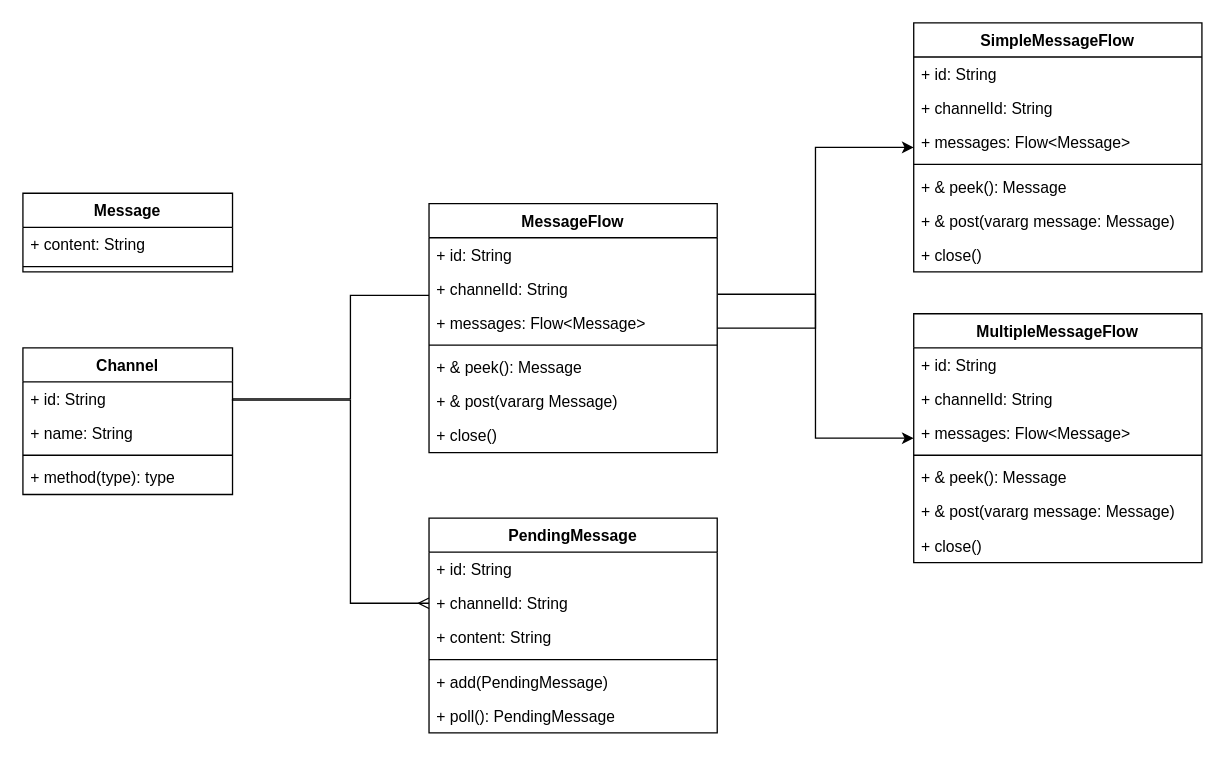
Above: page "Domain Model" (1 of 2) of docs/Model.drawio in vinicreis/pub-sub-kotlin (draw.io), before the change. Source tidied: cells renumbered, new cells numbered last; positions are measured from the earlier drawing's top-left corner, leaving out a move shared by most shapes. Both pictures are drawn from the tidied source at 131%, with x=0, y=0 at pixel (22, 22).
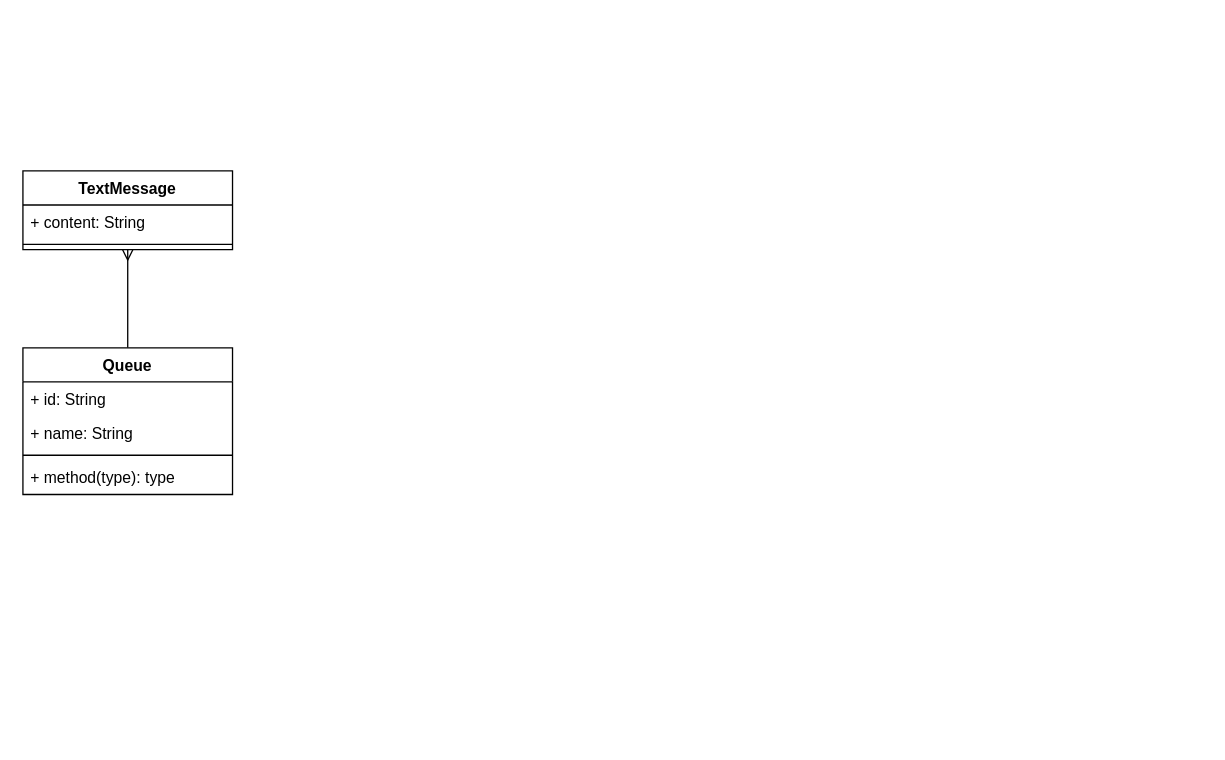
Above is the later version.

The change refers to these unchanged cells:
```xml
<mxCell id="3" value="+ id: String" style="text;strokeColor=none;fillColor=none;align=left;verticalAlign=top;spacingLeft=4;spacingRight=4;overflow=hidden;points=[[0,0.5],[1,0.5]];portConstraint=eastwest;whiteSpace=wrap;html=1;" parent="2" vertex="1">
  <mxGeometry y="26" width="160" height="26" as="geometry" />
</mxCell>
```

What changed in the source:
```diff
@@
+    <mxCell id="45" style="edgeStyle=orthogonalEdgeStyle;rounded=0;jettySize=auto;html=1;entryX=0.5;entryY=1;entryDx=0;entryDy=0;endArrow=ERmany;endFill=0;" parent="1" edge="1" source="2" target="42">
+      <mxGeometry relative="1" as="geometry" />
+    </mxCell>
-    <mxCell id="2" value="Channel" style="swimlane;fontStyle=1;align=center;verticalAlign=top;horizontal=1;startSize=26;whiteSpace=wrap;html=1;" parent="1" vertex="1">
+    <mxCell id="2" value="Queue" style="swimlane;fontStyle=1;align=center;verticalAlign=top;horizontal=1;startSize=26;whiteSpace=wrap;html=1;" parent="1" vertex="1">
       <mxGeometry y="248" width="160" height="112" as="geometry" />
     </mxCell>
@@
-    <mxCell id="7" value="PendingMessage" style="swimlane;fontStyle=1;align=center;verticalAlign=top;horizontal=1;startSize=26;whiteSpace=wrap;html=1;" parent="1" vertex="1">
-      <mxGeometry x="310" y="378" width="220" height="164" as="geometry" />
-    </mxCell>
-    <mxCell id="8" value="+ id: String" style="text;strokeColor=none;fillColor=none;align=left;verticalAlign=top;spacingLeft=4;spacingRight=4;overflow=hidden;whiteSpace=wrap;html=1;" parent="7" vertex="1">
-      <mxGeometry y="26" width="220" height="26" as="geometry" />
-    </mxCell>
-    <mxCell id="9" value="+ channelId: String" style="text;strokeColor=none;fillColor=none;align=left;verticalAlign=top;spacingLeft=4;spacingRight=4;overflow=hidden;points=[[0,0.5],[1,0.5]];portConstraint=eastwest;whiteSpace=wrap;html=1;" parent="7" vertex="1">
-      <mxGeometry y="52" width="220" height="26" as="geometry" />
-    </mxCell>
-    <mxCell id="10" value="+ content: String" style="text;strokeColor=none;fillColor=none;align=left;verticalAlign=top;spacingLeft=4;spacingRight=4;overflow=hidden;whiteSpace=wrap;html=1;" parent="7" vertex="1">
-      <mxGeometry y="78" width="220" height="26" as="geometry" />
-    </mxCell>
-    <mxCell id="11" style="line;strokeWidth=1;fillColor=none;align=left;verticalAlign=middle;spacingTop=-1;spacingLeft=3;spacingRight=3;labelPosition=right;strokeColor=inherit;" parent="7" vertex="1">
-      <mxGeometry y="104" width="220" height="8" as="geometry" />
-    </mxCell>
-    <mxCell id="12" value="+ add(PendingMessage)" style="text;strokeColor=none;fillColor=none;align=left;verticalAlign=top;spacingLeft=4;spacingRight=4;overflow=hidden;whiteSpace=wrap;html=1;" parent="7" vertex="1">
-      <mxGeometry y="112" width="220" height="26" as="geometry" />
-    </mxCell>
-    <mxCell id="13" value="+ poll(): PendingMessage" style="text;strokeColor=none;fillColor=none;align=left;verticalAlign=top;spacingLeft=4;spacingRight=4;overflow=hidden;whiteSpace=wrap;html=1;" parent="7" vertex="1">
-      <mxGeometry y="138" width="220" height="26" as="geometry" />
-    </mxCell>
-    <mxCell id="14" style="edgeStyle=orthogonalEdgeStyle;rounded=0;jettySize=auto;html=1;exitX=1;exitY=0.5;exitDx=0;exitDy=0;entryX=0;entryY=0.5;entryDx=0;entryDy=0;" parent="1" edge="1" source="15" target="25">
-      <mxGeometry relative="1" as="geometry" />
-    </mxCell>
-    <mxCell id="15" value="MessageFlow" style="swimlane;fontStyle=1;align=center;verticalAlign=top;horizontal=1;startSize=26;whiteSpace=wrap;html=1;" parent="1" vertex="1">
-      <mxGeometry x="310" y="138" width="220" height="190" as="geometry" />
-    </mxCell>
-    <mxCell id="16" value="+ id: String" style="text;strokeColor=none;fillColor=none;align=left;verticalAlign=top;spacingLeft=4;spacingRight=4;overflow=hidden;whiteSpace=wrap;html=1;" parent="15" vertex="1">
-      <mxGeometry y="26" width="220" height="26" as="geometry" />
-    </mxCell>
-    <mxCell id="17" value="+ channelId: String" style="text;strokeColor=none;fillColor=none;align=left;verticalAlign=top;spacingLeft=4;spacingRight=4;overflow=hidden;points=[[0,0.5],[1,0.5]];portConstraint=eastwest;whiteSpace=wrap;html=1;" parent="15" vertex="1">
-      <mxGeometry y="52" width="220" height="26" as="geometry" />
-    </mxCell>
-    <mxCell id="18" value="+ messages: Flow&amp;lt;Message&amp;gt;" style="text;strokeColor=none;fillColor=none;align=left;verticalAlign=top;spacingLeft=4;spacingRight=4;overflow=hidden;whiteSpace=wrap;html=1;" parent="15" vertex="1">
-      <mxGeometry y="78" width="220" height="26" as="geometry" />
-    </mxCell>
-    <mxCell id="19" style="line;strokeWidth=1;fillColor=none;align=left;verticalAlign=middle;spacingTop=-1;spacingLeft=3;spacingRight=3;labelPosition=right;strokeColor=inherit;" parent="15" vertex="1">
-      <mxGeometry y="104" width="220" height="8" as="geometry" />
-    </mxCell>
-    <mxCell id="20" value="+ &amp;amp; peek(): Message" style="text;strokeColor=none;fillColor=none;align=left;verticalAlign=top;spacingLeft=4;spacingRight=4;overflow=hidden;whiteSpace=wrap;html=1;" parent="15" vertex="1">
-      <mxGeometry y="112" width="220" height="26" as="geometry" />
-    </mxCell>
-    <mxCell id="21" value="+ &amp;amp; post(vararg Message)" style="text;strokeColor=none;fillColor=none;align=left;verticalAlign=top;spacingLeft=4;spacingRight=4;overflow=hidden;whiteSpace=wrap;html=1;" parent="15" vertex="1">
-      <mxGeometry y="138" width="220" height="26" as="geometry" />
-    </mxCell>
-    <mxCell id="22" value="+ close()" style="text;strokeColor=none;fillColor=none;align=left;verticalAlign=top;spacingLeft=4;spacingRight=4;overflow=hidden;whiteSpace=wrap;html=1;" parent="15" vertex="1">
-      <mxGeometry y="164" width="220" height="26" as="geometry" />
-    </mxCell>
-    <mxCell id="23" style="edgeStyle=orthogonalEdgeStyle;rounded=0;jettySize=auto;html=1;endArrow=none;endFill=0;exitX=1;exitY=0.5;exitDx=0;exitDy=0;entryX=0;entryY=0.5;entryDx=0;entryDy=0;" parent="1" edge="1" source="3">
-      <mxGeometry relative="1" as="geometry">
-        <mxPoint x="310" y="208" as="targetPoint" />
-        <Array as="points">
-          <mxPoint x="250" y="287" />
-          <mxPoint x="250" y="208" />
-        </Array>
-      </mxGeometry>
-    </mxCell>
-    <mxCell id="24" style="edgeStyle=orthogonalEdgeStyle;rounded=0;jettySize=auto;html=1;exitX=1;exitY=0.5;exitDx=0;exitDy=0;entryX=0;entryY=0.5;entryDx=0;entryDy=0;endArrow=ERmany;endFill=0;" parent="1" edge="1" source="3" target="9">
-      <mxGeometry relative="1" as="geometry">
-        <Array as="points">
-          <mxPoint x="250" y="288" />
-          <mxPoint x="250" y="443" />
-        </Array>
-      </mxGeometry>
-    </mxCell>
-    <mxCell id="25" value="SimpleMessageFlow" style="swimlane;fontStyle=1;align=center;verticalAlign=top;horizontal=1;startSize=26;whiteSpace=wrap;html=1;" parent="1" vertex="1">
-      <mxGeometry x="680" width="220" height="190" as="geometry" />
-    </mxCell>
-    <mxCell id="26" value="+ id: String" style="text;strokeColor=none;fillColor=none;align=left;verticalAlign=top;spacingLeft=4;spacingRight=4;overflow=hidden;whiteSpace=wrap;html=1;" parent="25" vertex="1">
-      <mxGeometry y="26" width="220" height="26" as="geometry" />
-    </mxCell>
-    <mxCell id="27" value="+ channelId: String" style="text;strokeColor=none;fillColor=none;align=left;verticalAlign=top;spacingLeft=4;spacingRight=4;overflow=hidden;whiteSpace=wrap;html=1;" parent="25" vertex="1">
-      <mxGeometry y="52" width="220" height="26" as="geometry" />
-    </mxCell>
-    <mxCell id="28" value="+ messages: Flow&amp;lt;Message&amp;gt;" style="text;strokeColor=none;fillColor=none;align=left;verticalAlign=top;spacingLeft=4;spacingRight=4;overflow=hidden;whiteSpace=wrap;html=1;" parent="25" vertex="1">
-      <mxGeometry y="78" width="220" height="26" as="geometry" />
-    </mxCell>
-    <mxCell id="29" style="line;strokeWidth=1;fillColor=none;align=left;verticalAlign=middle;spacingTop=-1;spacingLeft=3;spacingRight=3;labelPosition=right;strokeColor=inherit;" parent="25" vertex="1">
-      <mxGeometry y="104" width="220" height="8" as="geometry" />
-    </mxCell>
-    <mxCell id="30" value="+ &amp;amp; peek(): Message" style="text;strokeColor=none;fillColor=none;align=left;verticalAlign=top;spacingLeft=4;spacingRight=4;overflow=hidden;whiteSpace=wrap;html=1;" parent="25" vertex="1">
-      <mxGeometry y="112" width="220" height="26" as="geometry" />
-    </mxCell>
-    <mxCell id="31" value="+ &amp;amp; post(vararg message: Message)" style="text;strokeColor=none;fillColor=none;align=left;verticalAlign=top;spacingLeft=4;spacingRight=4;overflow=hidden;whiteSpace=wrap;html=1;" parent="25" vertex="1">
-      <mxGeometry y="138" width="220" height="26" as="geometry" />
-    </mxCell>
-    <mxCell id="32" value="+ close()" style="text;strokeColor=none;fillColor=none;align=left;verticalAlign=top;spacingLeft=4;spacingRight=4;overflow=hidden;whiteSpace=wrap;html=1;" parent="25" vertex="1">
-      <mxGeometry y="164" width="220" height="26" as="geometry" />
-    </mxCell>
-    <mxCell id="33" value="MultipleMessageFlow" style="swimlane;fontStyle=1;align=center;verticalAlign=top;horizontal=1;startSize=26;whiteSpace=wrap;html=1;" parent="1" vertex="1">
-      <mxGeometry x="680" y="222" width="220" height="190" as="geometry" />
-    </mxCell>
-    <mxCell id="34" value="+ id: String" style="text;strokeColor=none;fillColor=none;align=left;verticalAlign=top;spacingLeft=4;spacingRight=4;overflow=hidden;whiteSpace=wrap;html=1;" parent="33" vertex="1">
-      <mxGeometry y="26" width="220" height="26" as="geometry" />
-    </mxCell>
-    <mxCell id="35" value="+ channelId: String" style="text;strokeColor=none;fillColor=none;align=left;verticalAlign=top;spacingLeft=4;spacingRight=4;overflow=hidden;whiteSpace=wrap;html=1;" parent="33" vertex="1">
-      <mxGeometry y="52" width="220" height="26" as="geometry" />
-    </mxCell>
-    <mxCell id="36" value="+ messages: Flow&amp;lt;Message&amp;gt;" style="text;strokeColor=none;fillColor=none;align=left;verticalAlign=top;spacingLeft=4;spacingRight=4;overflow=hidden;whiteSpace=wrap;html=1;" parent="33" vertex="1">
-      <mxGeometry y="78" width="220" height="26" as="geometry" />
-    </mxCell>
-    <mxCell id="37" style="line;strokeWidth=1;fillColor=none;align=left;verticalAlign=middle;spacingTop=-1;spacingLeft=3;spacingRight=3;labelPosition=right;strokeColor=inherit;" parent="33" vertex="1">
-      <mxGeometry y="104" width="220" height="8" as="geometry" />
-    </mxCell>
-    <mxCell id="38" value="+ &amp;amp; peek(): Message" style="text;strokeColor=none;fillColor=none;align=left;verticalAlign=top;spacingLeft=4;spacingRight=4;overflow=hidden;whiteSpace=wrap;html=1;" parent="33" vertex="1">
-      <mxGeometry y="112" width="220" height="26" as="geometry" />
-    </mxCell>
-    <mxCell id="39" value="+ &amp;amp; post(vararg message: Message)" style="text;strokeColor=none;fillColor=none;align=left;verticalAlign=top;spacingLeft=4;spacingRight=4;overflow=hidden;whiteSpace=wrap;html=1;" parent="33" vertex="1">
-      <mxGeometry y="138" width="220" height="26" as="geometry" />
-    </mxCell>
-    <mxCell id="40" value="+ close()" style="text;strokeColor=none;fillColor=none;align=left;verticalAlign=top;spacingLeft=4;spacingRight=4;overflow=hidden;whiteSpace=wrap;html=1;" parent="33" vertex="1">
-      <mxGeometry y="164" width="220" height="26" as="geometry" />
-    </mxCell>
-    <mxCell id="41" style="edgeStyle=orthogonalEdgeStyle;rounded=0;jettySize=auto;html=1;entryX=0;entryY=0.5;entryDx=0;entryDy=0;exitX=1.002;exitY=0.658;exitDx=0;exitDy=0;exitPerimeter=0;" parent="1" edge="1" source="17" target="33">
-      <mxGeometry relative="1" as="geometry" />
-    </mxCell>
-    <mxCell id="42" value="Message" style="swimlane;fontStyle=1;align=center;verticalAlign=top;horizontal=1;startSize=26;whiteSpace=wrap;html=1;" parent="1" vertex="1">
-      <mxGeometry y="130" width="160" height="60" as="geometry" />
+    <mxCell id="42" value="TextMessage" style="swimlane;fontStyle=1;align=center;verticalAlign=top;horizontal=1;startSize=26;whiteSpace=wrap;html=1;" parent="1" vertex="1">
+      <mxGeometry y="113" width="160" height="60" as="geometry" />
     </mxCell>
```
